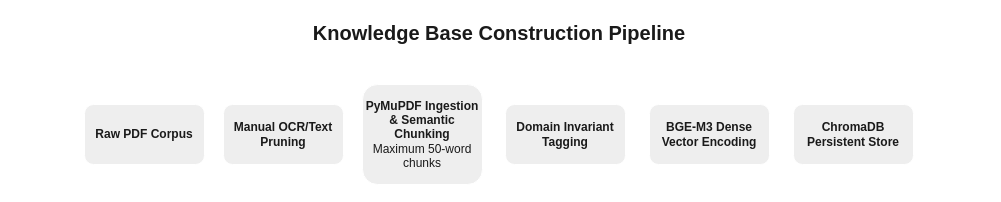
Above: docs/figures/phase1_pipeline.drawio in Khushhiii08/AquaAssist (draw.io), before the change. Source tidied: cells renumbered, new cells numbered last; positions are measured from the earlier drawing's top-left corner, leaving out a move shared by most shapes. Both pictures are drawn from the tidied source at 100%, with x=0, y=0 at pixel (84, 17).
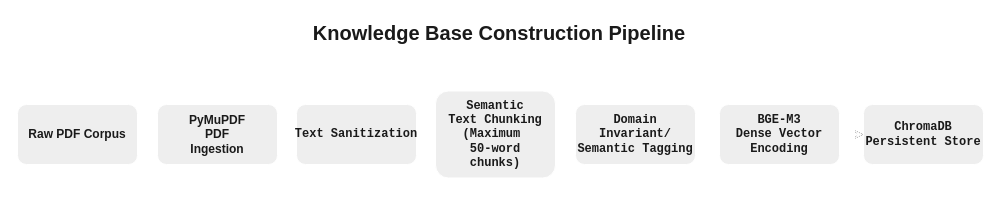
The same diagram, later.

Diff of the diagram source:
```diff
@@
 <mxGraphModel background="light-dark(#FFFFFF,#FFFFFF)">
   <root>
     <mxCell id="0" />
     <mxCell id="1" parent="0" />
-    <mxCell id="2" style="edgeStyle=orthogonalEdgeStyle;rounded=0;jettySize=auto;html=1;labelBackgroundColor=none;strokeColor=#FFFFFF;fontColor=default;" parent="1" edge="1" source="3" target="5">
+    <mxCell id="2" style="edgeStyle=orthogonalEdgeStyle;rounded=0;jettySize=auto;html=1;labelBackgroundColor=none;strokeColor=#FFFFFF;fontColor=default;fontStyle=1;" parent="1" edge="1" source="3" target="5">
       <mxGeometry relative="1" as="geometry" />
     </mxCell>
-    <mxCell id="3" value="&lt;b&gt;Raw PDF Corpus&lt;/b&gt;" style="rounded=1;whiteSpace=wrap;html=1;labelBackgroundColor=none;fillColor=#EEEEEE;strokeColor=#FFFFFF;fontColor=#1A1A1A;textShadow=0;labelBorderColor=none;" parent="1" vertex="1">
-      <mxGeometry y="87" width="120" height="60" as="geometry" />
+    <mxCell id="3" value="&lt;span&gt;Raw PDF Corpus&lt;/span&gt;" style="rounded=1;whiteSpace=wrap;html=1;labelBackgroundColor=none;fillColor=#EEEEEE;strokeColor=#FFFFFF;fontColor=#1A1A1A;textShadow=0;labelBorderColor=none;fontStyle=1;" parent="1" vertex="1">
+      <mxGeometry x="-67" y="87" width="120" height="60" as="geometry" />
     </mxCell>
-    <mxCell id="4" style="edgeStyle=orthogonalEdgeStyle;rounded=0;jettySize=auto;html=1;labelBackgroundColor=none;strokeColor=#FFFFFF;fontColor=default;" parent="1" edge="1" source="5" target="7">
+    <mxCell id="4" style="edgeStyle=orthogonalEdgeStyle;rounded=0;jettySize=auto;html=1;labelBackgroundColor=none;strokeColor=#FFFFFF;fontColor=default;fontStyle=1;" parent="1" edge="1" source="5" target="7">
       <mxGeometry relative="1" as="geometry" />
     </mxCell>
-    <mxCell id="5" value="&lt;b&gt;Manual OCR/Text Pruning&lt;/b&gt;" style="rounded=1;whiteSpace=wrap;html=1;labelBackgroundColor=none;fillColor=#EEEEEE;strokeColor=#FFFFFF;fontColor=#1A1A1A;" parent="1" vertex="1">
-      <mxGeometry x="139" y="87" width="120" height="60" as="geometry" />
+    <mxCell id="5" value="&lt;strong&gt;PyMuPDF&lt;br&gt;PDF&lt;br&gt;Ingestion&lt;/strong&gt;" style="rounded=1;whiteSpace=wrap;html=1;labelBackgroundColor=none;fillColor=#EEEEEE;strokeColor=#FFFFFF;fontColor=#1A1A1A;fontStyle=1;" parent="1" vertex="1">
+      <mxGeometry x="73" y="87" width="120" height="60" as="geometry" />
     </mxCell>
-    <mxCell id="6" style="edgeStyle=orthogonalEdgeStyle;rounded=0;jettySize=auto;html=1;strokeColor=#FFFFFF;fontColor=#FFFFFF;" parent="1" edge="1" source="7" target="13">
+    <mxCell id="6" style="edgeStyle=orthogonalEdgeStyle;rounded=0;jettySize=auto;html=1;strokeColor=#FFFFFF;fontColor=#FFFFFF;fontStyle=1;" parent="1" edge="1" source="7" target="13">
       <mxGeometry relative="1" as="geometry" />
     </mxCell>
-    <mxCell id="7" value="&lt;strong&gt;PyMuPDF Ingestion &amp;amp; Semantic Chunking&lt;/strong&gt;&lt;br&gt;Maximum 50-word chunks" style="rounded=1;whiteSpace=wrap;html=1;labelBackgroundColor=none;fillColor=#EEEEEE;strokeColor=#FFFFFF;fontColor=#1A1A1A;" parent="1" vertex="1">
-      <mxGeometry x="278" y="67" width="120" height="100" as="geometry" />
+    <mxCell id="7" value="&lt;pre dir=&quot;ltr&quot;&gt;&lt;code&gt;&lt;span&gt;Text Sanitization&lt;/span&gt;&lt;/code&gt;&lt;/pre&gt;" style="rounded=1;whiteSpace=wrap;html=1;labelBackgroundColor=none;fillColor=#EEEEEE;strokeColor=#FFFFFF;fontColor=#1A1A1A;fontStyle=1;" parent="1" vertex="1">
+      <mxGeometry x="212" y="87" width="120" height="60" as="geometry" />
     </mxCell>
-    <mxCell id="8" style="edgeStyle=orthogonalEdgeStyle;rounded=0;jettySize=auto;html=1;labelBackgroundColor=none;strokeColor=#FFFFFF;fontColor=default;" parent="1" edge="1" source="9" target="10">
+    <mxCell id="8" style="edgeStyle=orthogonalEdgeStyle;rounded=0;jettySize=auto;html=1;labelBackgroundColor=none;strokeColor=#FFFFFF;fontColor=default;fontStyle=1;" parent="1" edge="1" source="9" target="10">
       <mxGeometry relative="1" as="geometry" />
     </mxCell>
-    <mxCell id="9" value="&lt;b&gt;BGE-M3 Dense Vector Encoding&lt;/b&gt;" style="rounded=1;whiteSpace=wrap;html=1;labelBackgroundColor=none;fillColor=#EEEEEE;strokeColor=#FFFFFF;fontColor=#1A1A1A;" parent="1" vertex="1">
-      <mxGeometry x="565" y="87" width="120" height="60" as="geometry" />
+    <mxCell id="9" value="&lt;pre dir=&quot;ltr&quot;&gt;&lt;code&gt;&lt;span&gt;Domain&lt;br&gt;Invariant/&lt;br&gt;Semantic Tagging&lt;/span&gt;&lt;/code&gt;&lt;/pre&gt;" style="rounded=1;whiteSpace=wrap;html=1;labelBackgroundColor=none;fillColor=#EEEEEE;strokeColor=#FFFFFF;fontColor=#1A1A1A;fontStyle=1;" parent="1" vertex="1">
+      <mxGeometry x="491" y="87" width="120" height="60" as="geometry" />
     </mxCell>
+    <mxCell id="14" style="edgeStyle=orthogonalEdgeStyle;rounded=0;jettySize=auto;html=1;fontStyle=1;" parent="1" edge="1" source="10" target="15">
+      <mxGeometry relative="1" as="geometry" />
+    </mxCell>
-    <mxCell id="10" value="&lt;b&gt;ChromaDB Persistent Store&lt;/b&gt;" style="rounded=1;whiteSpace=wrap;html=1;labelBackgroundColor=none;fillColor=#EEEEEE;strokeColor=#FFFFFF;fontColor=#1A1A1A;" parent="1" vertex="1">
-      <mxGeometry x="709" y="87" width="120" height="60" as="geometry" />
+    <mxCell id="10" value="&lt;pre dir=&quot;ltr&quot;&gt;&lt;code&gt;&lt;span&gt;BGE-M3&lt;br&gt;Dense Vector&lt;br&gt;Encoding&lt;/span&gt;&lt;/code&gt;&lt;/pre&gt;" style="rounded=1;whiteSpace=wrap;html=1;labelBackgroundColor=none;fillColor=#EEEEEE;strokeColor=#FFFFFF;fontColor=#1A1A1A;fontStyle=1;" parent="1" vertex="1">
+      <mxGeometry x="635" y="87" width="120" height="60" as="geometry" />
     </mxCell>
     <mxCell id="11" value="Knowledge Base Construction Pipeline" style="text;html=1;whiteSpace=wrap;strokeColor=none;fillColor=none;align=center;verticalAlign=middle;rounded=0;fontColor=light-dark(#1A1A1A,#000000);fontStyle=1;fontSize=20;" parent="1" vertex="1">
       <mxGeometry x="147" width="536" height="30" as="geometry" />
     </mxCell>
-    <mxCell id="12" style="edgeStyle=orthogonalEdgeStyle;rounded=0;jettySize=auto;html=1;strokeColor=#FFFFFF;fontColor=#FFFFFF;" parent="1" edge="1" source="13" target="9">
+    <mxCell id="12" style="edgeStyle=orthogonalEdgeStyle;rounded=0;jettySize=auto;html=1;strokeColor=#FFFFFF;fontColor=#FFFFFF;fontStyle=1;" parent="1" edge="1" source="13" target="9">
       <mxGeometry relative="1" as="geometry" />
     </mxCell>
-    <mxCell id="13" value="&lt;b&gt;Domain Invariant Tagging&lt;br&gt;&lt;/b&gt;" style="rounded=1;whiteSpace=wrap;html=1;strokeColor=#FFFFFF;fontColor=#1A1A1A;fillColor=#EEEEEE;" parent="1" vertex="1">
-      <mxGeometry x="421" y="87" width="120" height="60" as="geometry" />
+    <mxCell id="13" value="&lt;pre dir=&quot;ltr&quot;&gt;&lt;code&gt;&lt;span&gt;Semantic&lt;br&gt;Text Chunking&lt;br&gt;&lt;/span&gt;&lt;/code&gt;(Maximum &lt;br&gt;50-word&lt;br&gt;chunks)&lt;/pre&gt;" style="rounded=1;whiteSpace=wrap;html=1;strokeColor=#FFFFFF;fontColor=#1A1A1A;fillColor=#EEEEEE;fontStyle=1;" parent="1" vertex="1">
+      <mxGeometry x="351" y="73.5" width="120" height="87" as="geometry" />
     </mxCell>
+    <mxCell id="15" value="&lt;br&gt;&lt;pre dir=&quot;ltr&quot;&gt;&lt;code&gt;ChromaDB&lt;br&gt;Persistent Store&lt;/code&gt;&lt;/pre&gt;&lt;div&gt;&lt;br/&gt;&lt;/div&gt;" style="whiteSpace=wrap;html=1;fillColor=#EEEEEE;strokeColor=#FFFFFF;fontColor=#1A1A1A;rounded=1;labelBackgroundColor=none;fontStyle=1;" parent="1" vertex="1">
+      <mxGeometry x="779" y="87" width="120" height="60" as="geometry" />
+    </mxCell>
+    <mxCell id="16" style="edgeStyle=orthogonalEdgeStyle;rounded=0;jettySize=auto;html=1;labelBackgroundColor=none;strokeColor=#FFFFFF;fontColor=default;exitX=1;exitY=0.5;exitDx=0;exitDy=0;entryX=0;entryY=0.5;entryDx=0;entryDy=0;fontStyle=1;" parent="1" edge="1" source="10" target="15">
+      <mxGeometry relative="1" as="geometry" />
+    </mxCell>
   </root>
 </mxGraphModel>
```
